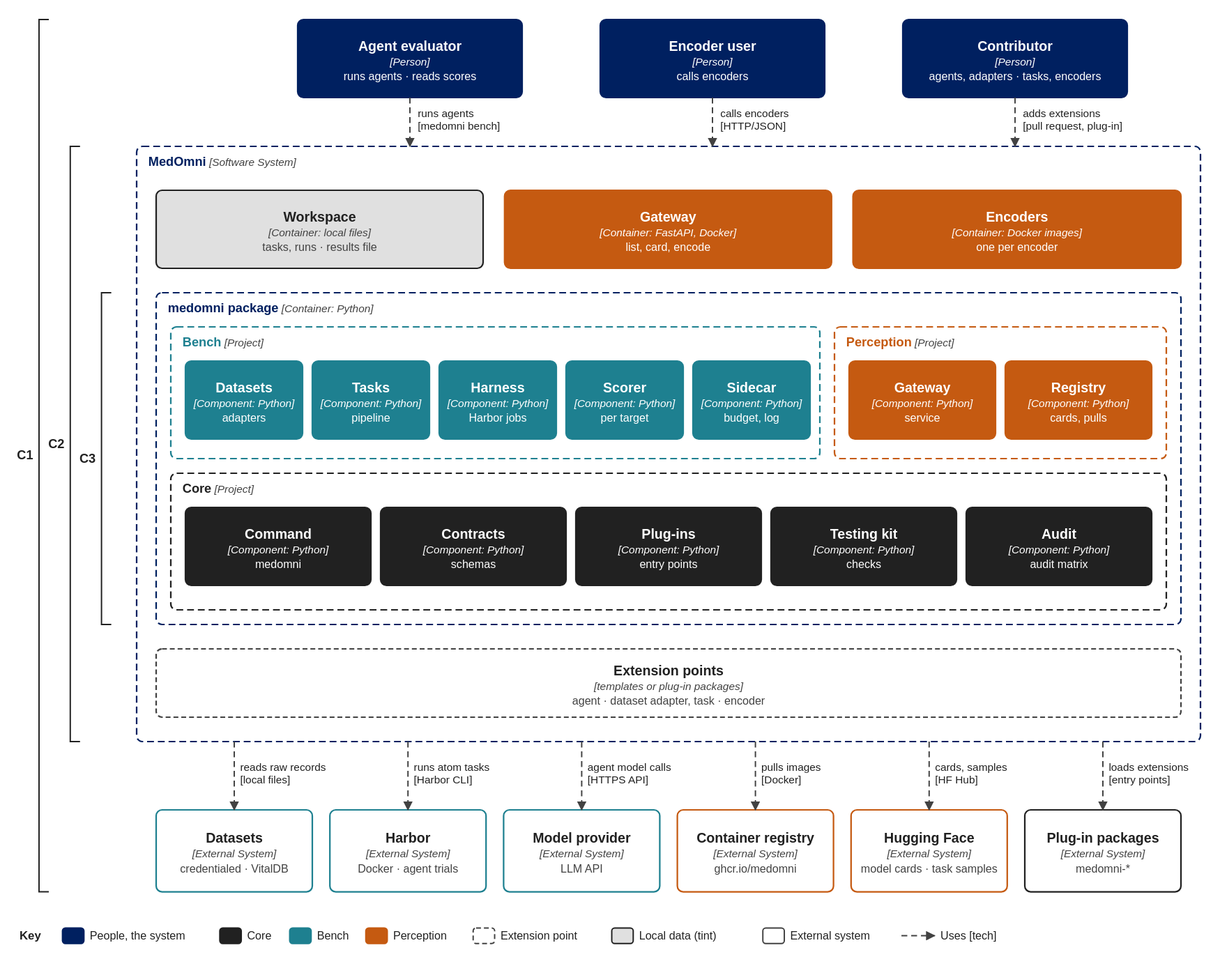
Earlier version of the draw.io export docs/assets/c1-c3-overview.drawio.svg (medomni/MedOmni). Source tidied: cells renumbered, new cells last; positions are measured from the earlier drawing's top-left corner, leaving out a move shared by most shapes.
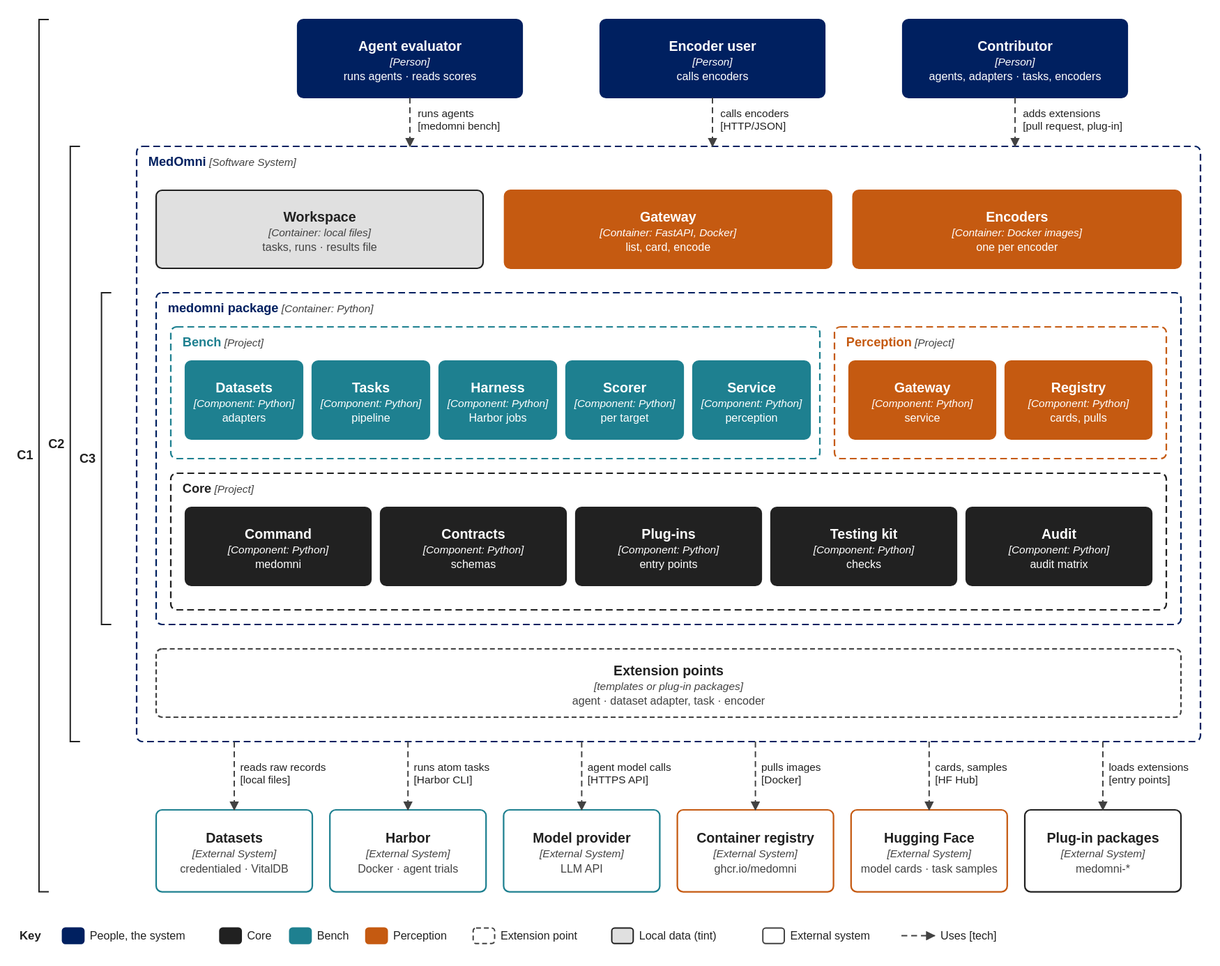
Above is the later version.

Diff of the diagram source:
```diff
@@ -41,7 +41,7 @@
     <mxCell id="14" value="&lt;b&gt;Scorer&lt;/b&gt;&lt;br&gt;&lt;i&gt;&lt;font style=&quot;font-size:11px&quot; color=&quot;#FFFFFF&quot;&gt;[Component: Python]&lt;/font&gt;&lt;/i&gt;&lt;br&gt;&lt;font style=&quot;font-size:11px&quot; color=&quot;#FFFFFF&quot;&gt;per target&lt;/font&gt;" style="rounded=1;arcSize=6;whiteSpace=wrap;html=1;fillColor=#1E8090;strokeColor=#1E8090;strokeWidth=1.6;fontColor=#FFFFFF;fontSize=14;fontFamily=Helvetica;" parent="1" vertex="1">
       <mxGeometry x="565" y="350" width="120" height="80" as="geometry" />
     </mxCell>
-    <mxCell id="15" value="&lt;b&gt;Sidecar&lt;/b&gt;&lt;br&gt;&lt;i&gt;&lt;font style=&quot;font-size:11px&quot; color=&quot;#FFFFFF&quot;&gt;[Component: Python]&lt;/font&gt;&lt;/i&gt;&lt;br&gt;&lt;font style=&quot;font-size:11px&quot; color=&quot;#FFFFFF&quot;&gt;budget, log&lt;/font&gt;" style="rounded=1;arcSize=6;whiteSpace=wrap;html=1;fillColor=#1E8090;strokeColor=#1E8090;strokeWidth=1.6;fontColor=#FFFFFF;fontSize=14;fontFamily=Helvetica;" parent="1" vertex="1">
+    <mxCell id="15" value="&lt;b&gt;Service&lt;/b&gt;&lt;br&gt;&lt;i&gt;&lt;font style=&quot;font-size:11px&quot; color=&quot;#FFFFFF&quot;&gt;[Component: Python]&lt;/font&gt;&lt;/i&gt;&lt;br&gt;&lt;font style=&quot;font-size:11px&quot; color=&quot;#FFFFFF&quot;&gt;perception&lt;/font&gt;" style="rounded=1;arcSize=6;whiteSpace=wrap;html=1;fillColor=#1E8090;strokeColor=#1E8090;strokeWidth=1.6;fontColor=#FFFFFF;fontSize=14;fontFamily=Helvetica;" parent="1" vertex="1">
       <mxGeometry x="695" y="350" width="120" height="80" as="geometry" />
     </mxCell>
     <mxCell id="16" value="&lt;b&gt;Perception&lt;/b&gt;  &lt;i&gt;&lt;font style=&quot;font-size:11px&quot; color=&quot;#424242&quot;&gt;[Project]&lt;/font&gt;&lt;/i&gt;" style="rounded=1;arcSize=2;whiteSpace=wrap;html=1;fillColor=none;strokeColor=#C55A11;strokeWidth=1.6;dashed=1;dashPattern=7 4;align=left;verticalAlign=top;spacingLeft=8;spacingTop=2;fontSize=13;fontColor=#C55A11;fontFamily=Helvetica;" parent="1" vertex="1">
```
